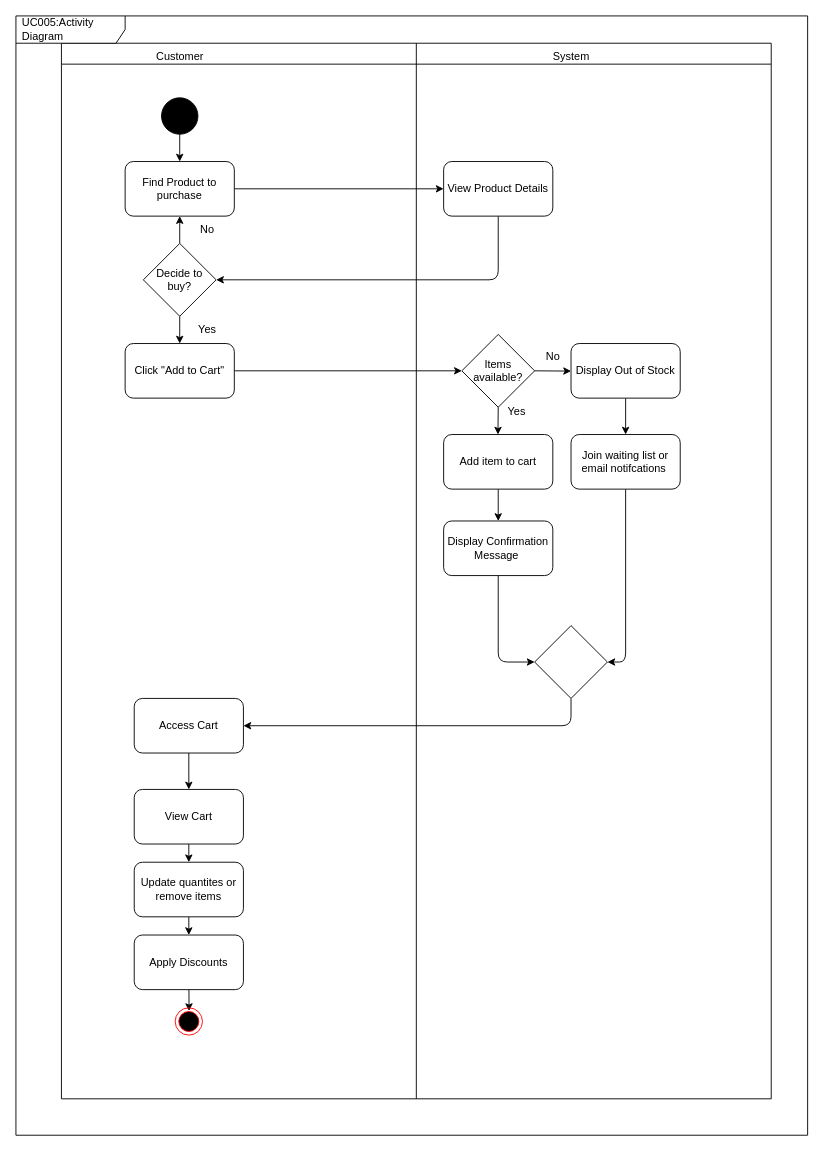
The draw.io diagram proposal/submission/sec02/Allen/UC005/activity diagram.drawio in drshahizan/software-engineering, before the edit. Source tidied: cells renumbered, new cells numbered last; positions are measured from the earlier drawing's top-left corner, leaving out a move shared by most shapes. Both pictures are drawn from the tidied source at 91%, with x=0, y=0 at pixel (15, 15).
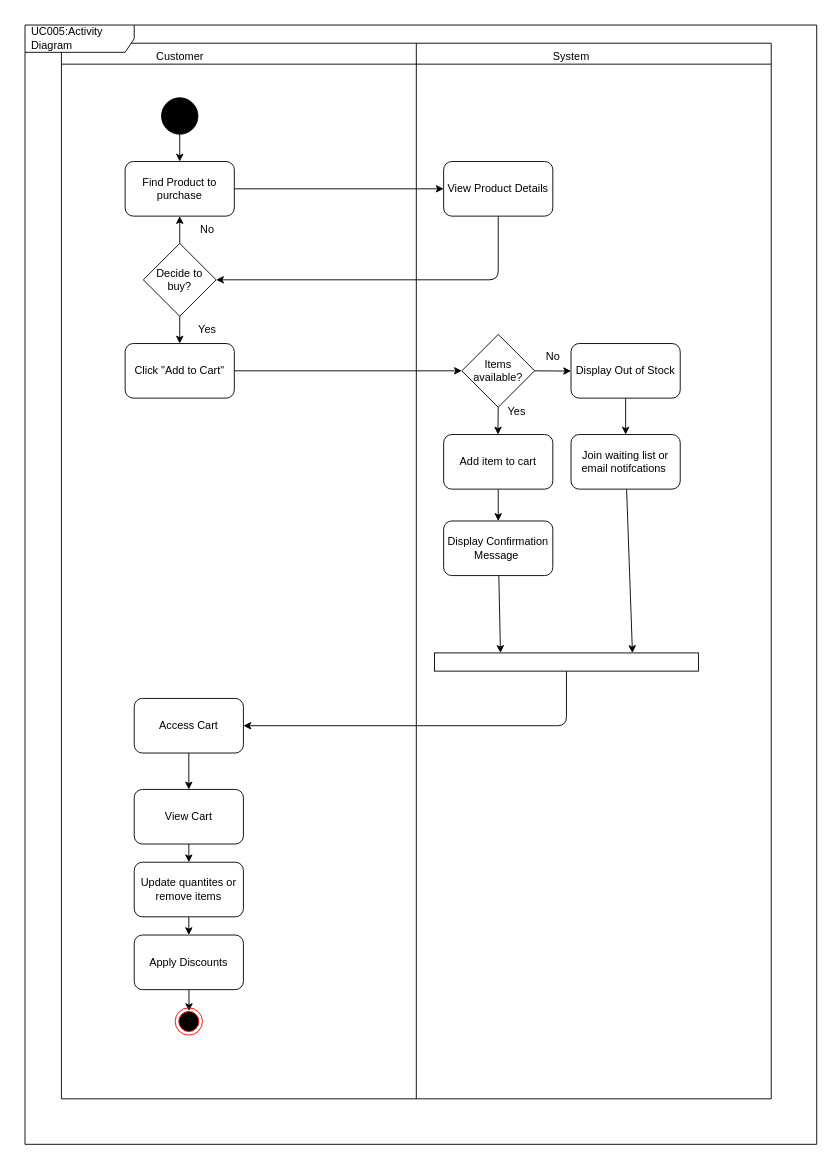
Above is the later version.

Unchanged cells that the change refers to:
```xml
<mxCell id="2" value="&amp;nbsp;" style="swimlane;whiteSpace=wrap;html=1;" parent="1" vertex="1">
  <mxGeometry x="50" y="30" width="780" height="1160" as="geometry" />
</mxCell>
<mxCell id="26" value="Display Confirmation Message&amp;nbsp;" style="rounded=1;whiteSpace=wrap;html=1;" parent="2" vertex="1">
  <mxGeometry x="420" y="525" width="120" height="60" as="geometry" />
</mxCell>
<mxCell id="28" value="Join waiting list or email notifcations&amp;nbsp;" style="rounded=1;whiteSpace=wrap;html=1;" parent="2" vertex="1">
  <mxGeometry x="560" y="430" width="120" height="60" as="geometry" />
</mxCell>
<mxCell id="32" value="Access Cart" style="rounded=1;whiteSpace=wrap;html=1;" parent="2" vertex="1">
  <mxGeometry x="80" y="720" width="120" height="60" as="geometry" />
</mxCell>
```

The edit, as a diff of the source:
```diff
@@
-    <mxCell id="25" style="edgeStyle=none;html=1;entryX=0;entryY=0.5;entryDx=0;entryDy=0;" parent="2" edge="1" source="26" target="30">
-      <mxGeometry relative="1" as="geometry">
-        <Array as="points">
-          <mxPoint x="480" y="680" />
-        </Array>
-      </mxGeometry>
-    </mxCell>
+    <mxCell id="45" style="edgeStyle=none;html=1;entryX=0.25;entryY=0;entryDx=0;entryDy=0;" parent="2" edge="1" source="26" target="44">
+      <mxGeometry relative="1" as="geometry" />
+    </mxCell>
@@
-    <mxCell id="27" style="edgeStyle=none;html=1;entryX=1;entryY=0.5;entryDx=0;entryDy=0;" parent="2" edge="1" source="28" target="30">
-      <mxGeometry relative="1" as="geometry">
-        <Array as="points">
-          <mxPoint x="620" y="680" />
-        </Array>
-      </mxGeometry>
-    </mxCell>
+    <mxCell id="46" style="edgeStyle=none;html=1;entryX=0.75;entryY=0;entryDx=0;entryDy=0;" parent="2" edge="1" source="28" target="44">
+      <mxGeometry relative="1" as="geometry" />
+    </mxCell>
@@
-    <mxCell id="29" style="edgeStyle=none;html=1;entryX=1;entryY=0.5;entryDx=0;entryDy=0;" parent="2" edge="1" source="30" target="32">
-      <mxGeometry relative="1" as="geometry">
-        <Array as="points">
-          <mxPoint x="560" y="750" />
-        </Array>
-      </mxGeometry>
-    </mxCell>
-    <mxCell id="30" style="rhombus;whiteSpace=wrap;html=1;" parent="2" vertex="1">
-      <mxGeometry x="520" y="640" width="80" height="80" as="geometry" />
-    </mxCell>
@@
+    <mxCell id="47" style="edgeStyle=none;html=1;entryX=1;entryY=0.5;entryDx=0;entryDy=0;" parent="2" edge="1" source="44" target="32">
+      <mxGeometry relative="1" as="geometry">
+        <Array as="points">
+          <mxPoint x="555" y="750" />
+        </Array>
+      </mxGeometry>
+    </mxCell>
+    <mxCell id="44" style="rounded=0;whiteSpace=wrap;html=1;" parent="2" vertex="1">
+      <mxGeometry x="410" y="670" width="290" height="20" as="geometry" />
+    </mxCell>
@@
-    <mxCell id="44" value="UC005:Activity Diagram" style="shape=umlFrame;whiteSpace=wrap;html=1;width=120;height=30;boundedLbl=1;verticalAlign=middle;align=left;spacingLeft=5;" parent="1" vertex="1">
-      <mxGeometry width="870" height="1230" as="geometry" />
-    </mxCell>
+    <mxCell id="48" value="UC005:Activity Diagram" style="shape=umlFrame;whiteSpace=wrap;html=1;width=120;height=30;boundedLbl=1;verticalAlign=middle;align=left;spacingLeft=5;" parent="1" vertex="1">
+      <mxGeometry x="10" y="10" width="870" height="1230" as="geometry" />
+    </mxCell>
```
